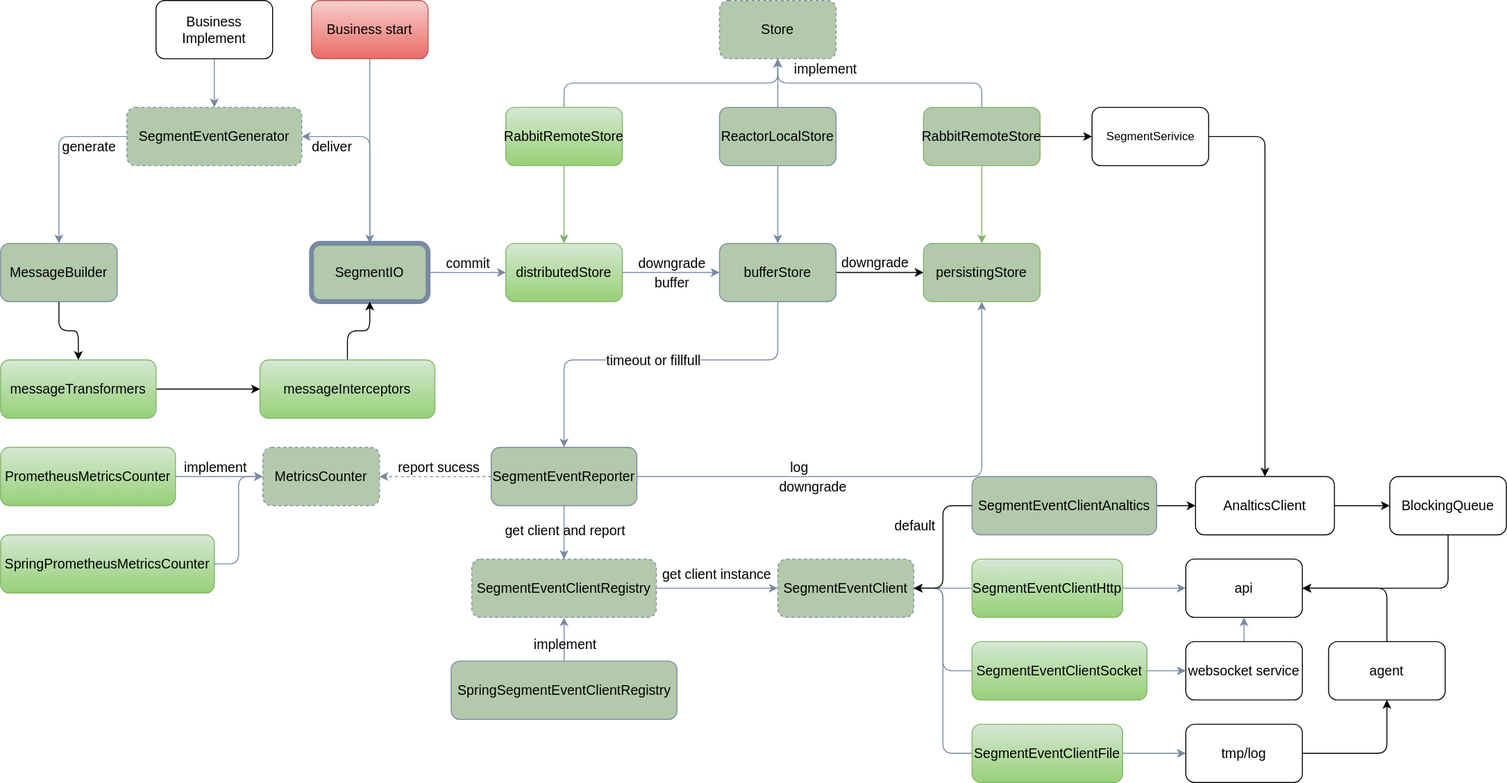
sheldon-pacvue/segmenet-event keeps this draw.io diagram as assets/SegmentEvent-V2.drawio.svg. Above is the earlier version. Source tidied: cells renumbered, new cells last; positions are measured from the earlier drawing's top-left corner, leaving out a move shared by most shapes.
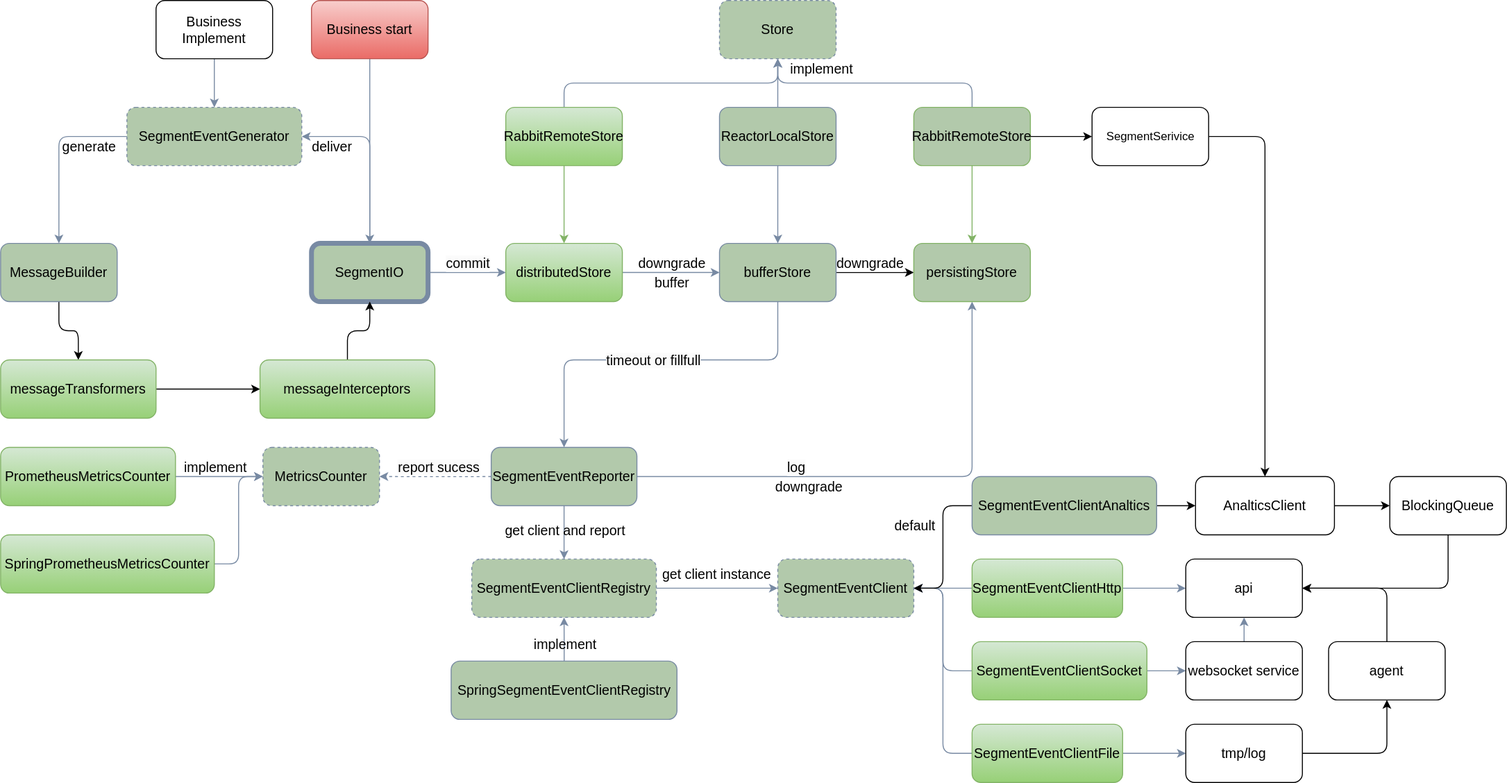
After the commit.

What changed in the source:
```diff
@@ -109,9 +109,14 @@
     <mxCell id="30" value="distributedStore" style="rounded=1;whiteSpace=wrap;html=1;strokeColor=#82b366;fillColor=#d5e8d4;labelBackgroundColor=none;fontSize=14;gradientColor=#97d077;" parent="1" vertex="1">
       <mxGeometry x="520" y="250" width="120" height="60" as="geometry" />
     </mxCell>
-    <mxCell id="31" value="downgrade" style="edgeStyle=none;html=1;exitX=1;exitY=0.5;exitDx=0;exitDy=0;fontSize=14;" parent="1" edge="1" source="32" target="69">
-      <mxGeometry x="-0.11" y="10" relative="1" as="geometry" />
+    <mxCell id="31" style="edgeStyle=orthogonalEdgeStyle;rounded=0;jettySize=auto;html=1;exitX=1;exitY=0.5;exitDx=0;exitDy=0;entryX=0;entryY=0.5;entryDx=0;entryDy=0;" parent="1" edge="1" source="32" target="69">
+      <mxGeometry relative="1" as="geometry" />
     </mxCell>
+    <mxCell id="89" value="downgrade" style="edgeLabel;html=1;align=center;verticalAlign=middle;fontSize=14;" parent="31" vertex="1">
+      <mxGeometry x="-0.26" relative="1" as="geometry">
+        <mxPoint x="4" y="-10" as="offset" />
+      </mxGeometry>
+    </mxCell>
     <mxCell id="32" value="bufferStore" style="rounded=1;whiteSpace=wrap;html=1;strokeColor=#788AA3;fillColor=#B2C9AB;labelBackgroundColor=none;fontSize=14;fontColor=#000000;" parent="1" vertex="1">
       <mxGeometry x="740" y="250" width="120" height="60" as="geometry" />
     </mxCell>
@@ -227,10 +232,10 @@
       <mxGeometry relative="1" as="geometry" />
     </mxCell>
     <mxCell id="68" value="RabbitRemoteStore" style="rounded=1;whiteSpace=wrap;html=1;strokeColor=#82b366;fillColor=#B2C9AB;labelBackgroundColor=none;fontSize=14;gradientColor=none;" parent="1" vertex="1">
-      <mxGeometry x="950" y="110" width="120" height="60" as="geometry" />
+      <mxGeometry x="940" y="110" width="120" height="60" as="geometry" />
     </mxCell>
     <mxCell id="69" value="persistingStore" style="rounded=1;whiteSpace=wrap;html=1;strokeColor=#82b366;fillColor=#B2C9AB;labelBackgroundColor=none;fontSize=14;gradientColor=none;" parent="1" vertex="1">
-      <mxGeometry x="950" y="250" width="120" height="60" as="geometry" />
+      <mxGeometry x="940" y="250" width="120" height="60" as="geometry" />
     </mxCell>
     <mxCell id="70" style="edgeStyle=orthogonalEdgeStyle;rounded=1;jettySize=auto;html=1;exitX=0.5;exitY=0;exitDx=0;exitDy=0;entryX=0.5;entryY=1;entryDx=0;entryDy=0;labelBackgroundColor=none;strokeColor=#788AA3;fontColor=#000000;fontSize=14;" parent="1" edge="1" source="71" target="50">
       <mxGeometry relative="1" as="geometry" />
```
